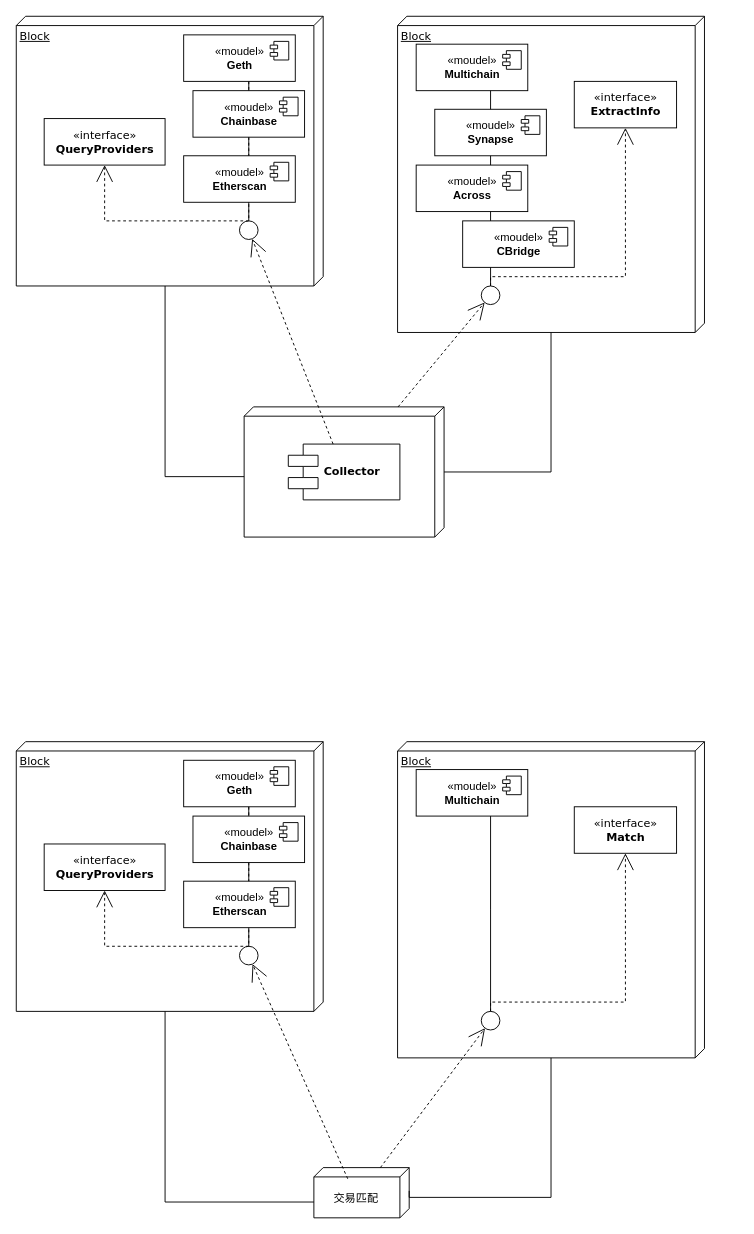
Before: page "Page-1" (1 of 4) of 模块.drawio in newTechToX/cross_chain, a draw.io diagram. Source tidied: cells renumbered, new cells numbered last; positions are measured from the earlier drawing's top-left corner, leaving out a move shared by most shapes. Both pictures are drawn from the tidied source at 93%, with x=0, y=0 at pixel (16, 16).
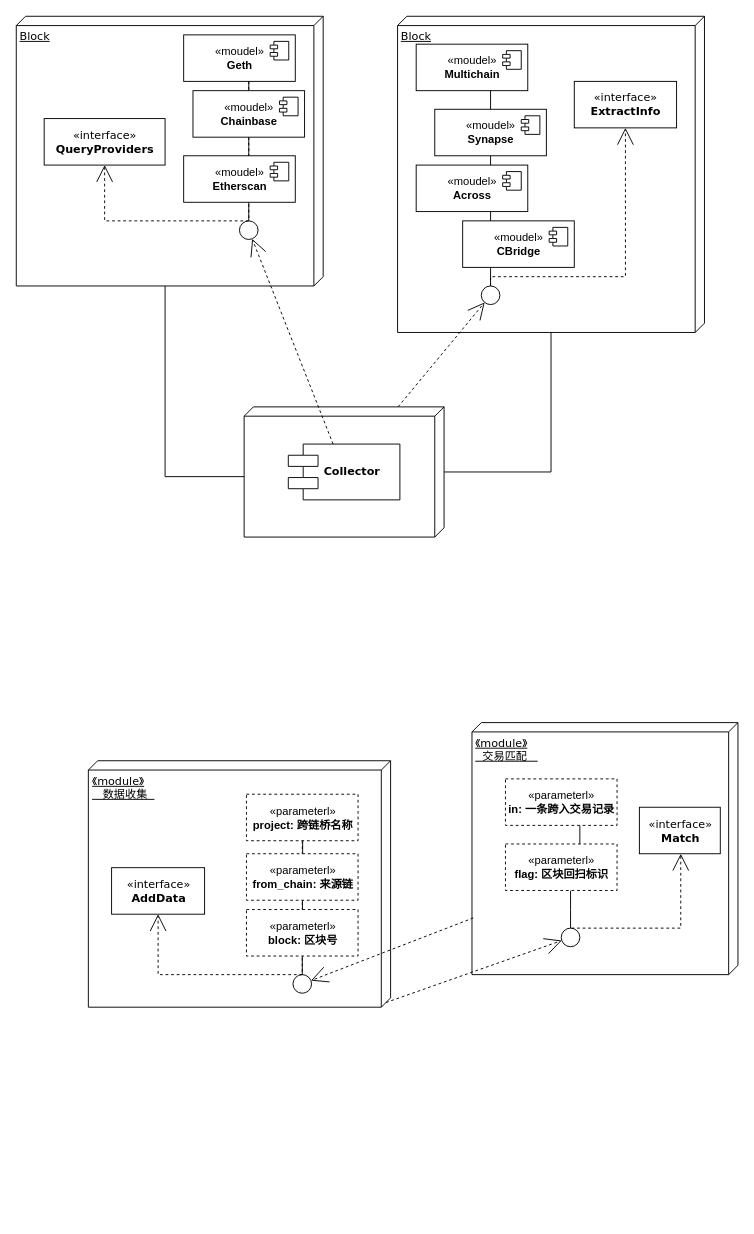
After the change.

The edit, as a diff of the source:
```diff
@@
-    <mxCell id="32" value="Block" style="verticalAlign=top;align=left;spacingTop=8;spacingLeft=2;spacingRight=12;shape=cube;size=10;direction=south;fontStyle=4;html=1;rounded=0;shadow=0;comic=0;labelBackgroundColor=none;strokeWidth=1;fontFamily=Verdana;fontSize=12;" parent="1" vertex="1">
-      <mxGeometry y="780" width="330" height="290" as="geometry" />
+    <mxCell id="32" value="《module》&lt;br&gt;&amp;nbsp; &amp;nbsp;数据收集&amp;nbsp;&amp;nbsp;" style="verticalAlign=top;align=left;spacingTop=8;spacingLeft=2;spacingRight=12;shape=cube;size=10;direction=south;fontStyle=4;html=1;rounded=0;shadow=0;comic=0;labelBackgroundColor=none;strokeWidth=1;fontFamily=Verdana;fontSize=12;" parent="1" vertex="1">
+      <mxGeometry x="77.5" y="800.5" width="325" height="265" as="geometry" />
     </mxCell>
-    <mxCell id="33" value="Block" style="verticalAlign=top;align=left;spacingTop=8;spacingLeft=2;spacingRight=12;shape=cube;size=10;direction=south;fontStyle=4;html=1;rounded=0;shadow=0;comic=0;labelBackgroundColor=none;strokeWidth=1;fontFamily=Verdana;fontSize=12;" parent="1" vertex="1">
-      <mxGeometry x="410" y="780" width="330" height="340" as="geometry" />
+    <mxCell id="33" value="《module》&lt;br&gt;&amp;nbsp; 交易匹配&amp;nbsp; &amp;nbsp;" style="verticalAlign=top;align=left;spacingTop=8;spacingLeft=2;spacingRight=12;shape=cube;size=10;direction=south;fontStyle=4;html=1;rounded=0;shadow=0;comic=0;labelBackgroundColor=none;strokeWidth=1;fontFamily=Verdana;fontSize=12;" parent="1" vertex="1">
+      <mxGeometry x="490" y="759.5" width="286" height="271" as="geometry" />
     </mxCell>
-    <mxCell id="34" style="verticalAlign=top;align=left;spacingTop=8;spacingLeft=2;spacingRight=12;shape=cube;size=10;direction=south;fontStyle=4;html=1;rounded=0;shadow=0;comic=0;labelBackgroundColor=none;strokeWidth=1;fontFamily=Verdana;fontSize=12;" parent="1" vertex="1">
-      <mxGeometry x="320" y="1238" width="102.5" height="54" as="geometry" />
-    </mxCell>
-    <mxCell id="35" value="«interface»&lt;br&gt;&lt;b&gt;QueryProviders&lt;/b&gt;" style="html=1;rounded=0;shadow=0;comic=0;labelBackgroundColor=none;strokeWidth=1;fontFamily=Verdana;fontSize=12;align=center;" parent="1" vertex="1">
-      <mxGeometry x="30" y="890" width="130" height="50" as="geometry" />
+    <mxCell id="35" value="«interface»&lt;br&gt;&lt;b&gt;AddData&lt;/b&gt;" style="html=1;rounded=0;shadow=0;comic=0;labelBackgroundColor=none;strokeWidth=1;fontFamily=Verdana;fontSize=12;align=center;" parent="1" vertex="1">
+      <mxGeometry x="102.5" y="915.5" width="100" height="50" as="geometry" />
     </mxCell>
     <mxCell id="36" style="ellipse;whiteSpace=wrap;html=1;rounded=0;shadow=0;comic=0;labelBackgroundColor=none;strokeWidth=1;fontFamily=Verdana;fontSize=12;align=center;" parent="1" vertex="1">
-      <mxGeometry x="240" y="1000" width="20" height="20" as="geometry" />
+      <mxGeometry x="297.5" y="1030.5" width="20" height="20" as="geometry" />
     </mxCell>
     <mxCell id="37" value="«interface»&lt;br&gt;&lt;b&gt;Match&lt;/b&gt;" style="html=1;rounded=0;shadow=0;comic=0;labelBackgroundColor=none;strokeWidth=1;fontFamily=Verdana;fontSize=12;align=center;" parent="1" vertex="1">
-      <mxGeometry x="600" y="850" width="110" height="50" as="geometry" />
+      <mxGeometry x="670" y="850.5" width="87" height="50" as="geometry" />
     </mxCell>
     <mxCell id="38" style="ellipse;whiteSpace=wrap;html=1;rounded=0;shadow=0;comic=0;labelBackgroundColor=none;strokeWidth=1;fontFamily=Verdana;fontSize=12;align=center;" parent="1" vertex="1">
-      <mxGeometry x="500" y="1070" width="20" height="20" as="geometry" />
+      <mxGeometry x="586" y="980.5" width="20" height="20" as="geometry" />
     </mxCell>
-    <mxCell id="39" style="edgeStyle=none;rounded=0;html=1;dashed=1;labelBackgroundColor=none;startArrow=none;startFill=0;startSize=8;endArrow=open;endFill=0;endSize=16;fontFamily=Verdana;fontSize=12;" parent="1" edge="1" target="36">
-      <mxGeometry relative="1" as="geometry">
-        <mxPoint x="356.4" y="1250" as="sourcePoint" />
-      </mxGeometry>
+    <mxCell id="39" style="edgeStyle=none;rounded=0;html=1;dashed=1;labelBackgroundColor=none;startArrow=none;startFill=0;startSize=8;endArrow=open;endFill=0;endSize=16;fontFamily=Verdana;fontSize=12;exitX=0.775;exitY=0.995;exitDx=0;exitDy=0;exitPerimeter=0;" parent="1" edge="1" source="33" target="36">
+      <mxGeometry relative="1" as="geometry" />
     </mxCell>
-    <mxCell id="40" style="edgeStyle=none;rounded=0;html=1;dashed=1;labelBackgroundColor=none;startArrow=none;startFill=0;startSize=8;endArrow=open;endFill=0;endSize=16;fontFamily=Verdana;fontSize=12;" parent="1" edge="1" source="34" target="38">
+    <mxCell id="40" style="edgeStyle=none;rounded=0;html=1;dashed=1;labelBackgroundColor=none;startArrow=none;startFill=0;startSize=8;endArrow=open;endFill=0;endSize=16;fontFamily=Verdana;fontSize=12;exitX=0;exitY=0;exitDx=260;exitDy=5;exitPerimeter=0;" parent="1" edge="1" source="32" target="38">
       <mxGeometry relative="1" as="geometry" />
     </mxCell>
-    <mxCell id="41" style="edgeStyle=elbowEdgeStyle;rounded=0;html=1;labelBackgroundColor=none;startArrow=none;startFill=0;startSize=8;endArrow=none;endFill=0;endSize=16;fontFamily=Verdana;fontSize=12;" parent="1" edge="1" source="38">
+    <mxCell id="41" style="edgeStyle=elbowEdgeStyle;rounded=0;html=1;labelBackgroundColor=none;startArrow=none;startFill=0;startSize=8;endArrow=none;endFill=0;endSize=16;fontFamily=Verdana;fontSize=12;" parent="1" edge="1" source="57">
       <mxGeometry relative="1" as="geometry">
-        <mxPoint x="510" y="850" as="targetPoint" />
+        <mxPoint x="606" y="860" as="targetPoint" />
       </mxGeometry>
     </mxCell>
     <mxCell id="42" style="edgeStyle=elbowEdgeStyle;rounded=0;html=1;labelBackgroundColor=none;startArrow=none;startFill=0;startSize=8;endArrow=none;endFill=0;endSize=16;fontFamily=Verdana;fontSize=12;exitX=0.5;exitY=0;exitDx=0;exitDy=0;" parent="1" edge="1" source="36">
       <mxGeometry relative="1" as="geometry">
-        <mxPoint x="250" y="840" as="targetPoint" />
+        <mxPoint x="307.5" y="870.5" as="targetPoint" />
       </mxGeometry>
     </mxCell>
     <mxCell id="43" style="edgeStyle=orthogonalEdgeStyle;rounded=0;html=1;labelBackgroundColor=none;startArrow=none;startFill=0;startSize=8;endArrow=open;endFill=0;endSize=16;fontFamily=Verdana;fontSize=12;dashed=1;entryX=0.5;entryY=1;entryDx=0;entryDy=0;" parent="1" edge="1" target="35">
       <mxGeometry relative="1" as="geometry">
-        <mxPoint x="250" y="850" as="sourcePoint" />
+        <mxPoint x="307.5" y="880.5" as="sourcePoint" />
         <Array as="points">
-          <mxPoint x="250" y="1000" />
-          <mxPoint x="95" y="1000" />
+          <mxPoint x="307.5" y="1030.5" />
+          <mxPoint x="152.5" y="1030.5" />
         </Array>
       </mxGeometry>
     </mxCell>
-    <mxCell id="44" style="edgeStyle=orthogonalEdgeStyle;rounded=0;html=1;dashed=1;labelBackgroundColor=none;startArrow=none;startFill=0;startSize=8;endArrow=open;endFill=0;endSize=16;fontFamily=Verdana;fontSize=12;exitX=0.5;exitY=0;exitDx=0;exitDy=0;" parent="1" edge="1" source="38" target="37">
+    <mxCell id="44" style="edgeStyle=orthogonalEdgeStyle;rounded=0;html=1;dashed=1;labelBackgroundColor=none;startArrow=none;startFill=0;startSize=8;endArrow=open;endFill=0;endSize=16;fontFamily=Verdana;fontSize=12;entryX=0.5;entryY=1;entryDx=0;entryDy=0;" parent="1" edge="1">
       <mxGeometry relative="1" as="geometry">
+        <mxPoint x="597" y="980.5" as="sourcePoint" />
+        <mxPoint x="714.5" y="900.5" as="targetPoint" />
         <Array as="points">
-          <mxPoint x="655" y="1060" />
+          <mxPoint x="715" y="981" />
         </Array>
       </mxGeometry>
     </mxCell>
-    <mxCell id="45" style="edgeStyle=orthogonalEdgeStyle;rounded=0;html=1;labelBackgroundColor=none;startArrow=none;startFill=0;startSize=8;endArrow=none;endFill=0;endSize=16;fontFamily=Verdana;fontSize=12;exitX=0;exitY=0;exitDx=25;exitDy=0;exitPerimeter=0;" parent="1" edge="1" source="34" target="33">
-      <mxGeometry relative="1" as="geometry">
-        <Array as="points">
-          <mxPoint x="422" y="1270" />
-          <mxPoint x="575" y="1270" />
-        </Array>
-      </mxGeometry>
-    </mxCell>
-    <mxCell id="46" style="edgeStyle=orthogonalEdgeStyle;rounded=0;html=1;labelBackgroundColor=none;startArrow=none;startFill=0;startSize=8;endArrow=none;endFill=0;endSize=16;fontFamily=Verdana;fontSize=12;entryX=0;entryY=0;entryDx=290;entryDy=170;entryPerimeter=0;" parent="1" edge="1" source="34" target="32">
-      <mxGeometry relative="1" as="geometry">
-        <Array as="points">
-          <mxPoint x="160" y="1275" />
-        </Array>
-      </mxGeometry>
-    </mxCell>
-    <mxCell id="47" value="«moudel»&lt;br&gt;&lt;b&gt;Geth&lt;/b&gt;" style="html=1;" parent="1" vertex="1">
-      <mxGeometry x="180" y="800" width="120" height="50" as="geometry" />
-    </mxCell>
-    <mxCell id="48" style="shape=module;jettyWidth=8;jettyHeight=4;" parent="47" vertex="1">
-      <mxGeometry x="1" width="20" height="20" relative="1" as="geometry">
-        <mxPoint x="-27" y="7" as="offset" />
-      </mxGeometry>
-    </mxCell>
-    <mxCell id="49" value="«moudel»&lt;br&gt;&lt;b&gt;Chainbase&lt;/b&gt;" style="html=1;" parent="1" vertex="1">
-      <mxGeometry x="190" y="860" width="120" height="50" as="geometry" />
-    </mxCell>
-    <mxCell id="50" style="shape=module;jettyWidth=8;jettyHeight=4;" parent="49" vertex="1">
-      <mxGeometry x="1" width="20" height="20" relative="1" as="geometry">
-        <mxPoint x="-27" y="7" as="offset" />
-      </mxGeometry>
-    </mxCell>
-    <mxCell id="51" value="«moudel»&lt;br&gt;&lt;b&gt;Etherscan&lt;/b&gt;" style="html=1;" parent="1" vertex="1">
-      <mxGeometry x="180" y="930" width="120" height="50" as="geometry" />
-    </mxCell>
-    <mxCell id="52" style="shape=module;jettyWidth=8;jettyHeight=4;" parent="51" vertex="1">
-      <mxGeometry x="1" width="20" height="20" relative="1" as="geometry">
-        <mxPoint x="-27" y="7" as="offset" />
-      </mxGeometry>
-    </mxCell>
-    <mxCell id="53" value="«moudel»&lt;br&gt;&lt;b&gt;Multichain&lt;/b&gt;" style="html=1;" parent="1" vertex="1">
-      <mxGeometry x="430" y="810" width="120" height="50" as="geometry" />
+    <mxCell id="53" value="«parameterl»&lt;br&gt;&lt;b&gt;in: 一条跨入交易记录&lt;/b&gt;" style="html=1;dashed=1;" parent="1" vertex="1">
+      <mxGeometry x="526" y="820" width="120" height="50" as="geometry" />
     </mxCell>
-    <mxCell id="54" style="shape=module;jettyWidth=8;jettyHeight=4;" parent="53" vertex="1">
-      <mxGeometry x="1" width="20" height="20" relative="1" as="geometry">
-        <mxPoint x="-27" y="7" as="offset" />
-      </mxGeometry>
-    </mxCell>
-    <mxCell id="55" value="交易匹配" style="text;html=1;align=center;verticalAlign=middle;strokeColor=none;fillColor=none;" parent="1" vertex="1">
-      <mxGeometry x="330" y="1256" width="70" height="30" as="geometry" />
-    </mxCell>
+    <mxCell id="56" style="edgeStyle=elbowEdgeStyle;rounded=0;html=1;labelBackgroundColor=none;startArrow=none;startFill=0;startSize=8;endArrow=none;endFill=0;endSize=16;fontFamily=Verdana;fontSize=12;" parent="1" edge="1" source="38" target="57">
+      <mxGeometry relative="1" as="geometry" />
+    </mxCell>
+    <mxCell id="57" value="«parameterl»&lt;br&gt;&lt;b&gt;flag: 区块回扫标识&lt;/b&gt;" style="html=1;dashed=1;" parent="1" vertex="1">
+      <mxGeometry x="526" y="890" width="120" height="50" as="geometry" />
+    </mxCell>
+    <mxCell id="58" value="«parameterl»&lt;br&gt;&lt;b&gt;project: 跨链桥名称&lt;/b&gt;" style="html=1;dashed=1;" parent="1" vertex="1">
+      <mxGeometry x="247.5" y="836.5" width="120" height="50" as="geometry" />
+    </mxCell>
+    <mxCell id="59" value="«parameterl»&lt;br&gt;&lt;b&gt;from_chain: 来源链&lt;/b&gt;" style="html=1;dashed=1;" parent="1" vertex="1">
+      <mxGeometry x="247.5" y="900.5" width="120" height="50" as="geometry" />
+    </mxCell>
+    <mxCell id="60" value="«parameterl»&lt;br&gt;&lt;b&gt;block: 区块号&lt;/b&gt;" style="html=1;dashed=1;" parent="1" vertex="1">
+      <mxGeometry x="247.5" y="960.5" width="120" height="50" as="geometry" />
+    </mxCell>
```
